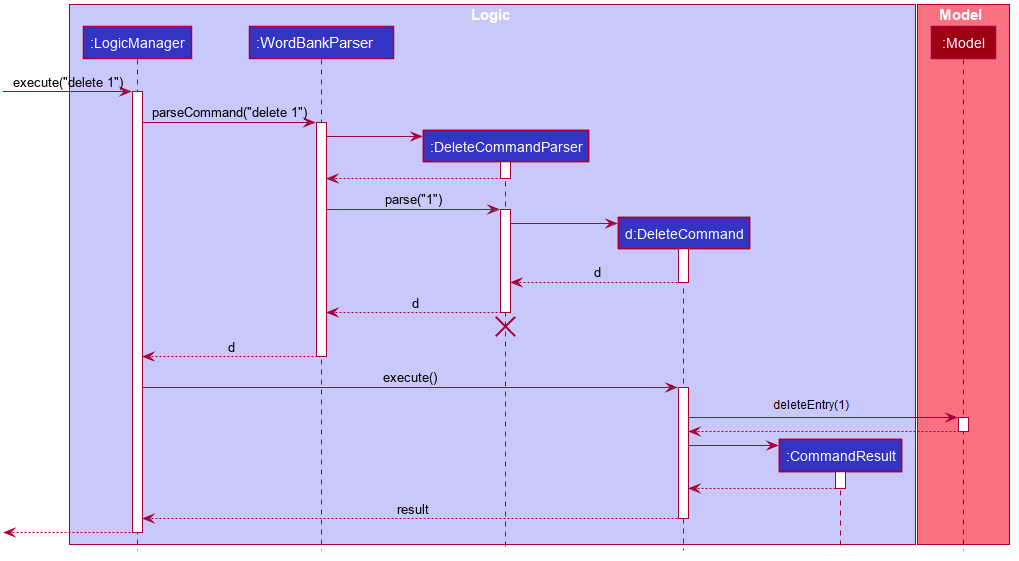
The PlantUML diagram docs/images/DeleteSequenceDiagram.png in vigneshbhuvan-nus/tp, before a commit.
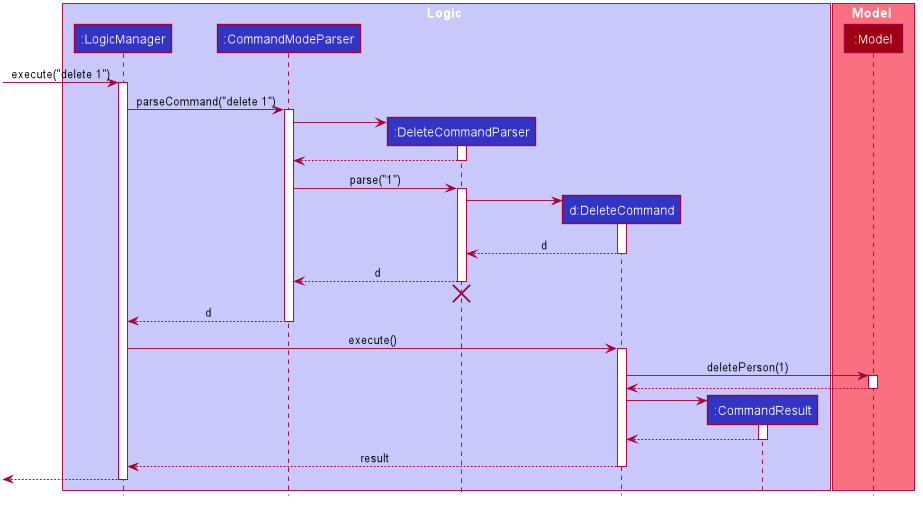
Above is the later version.

Commit message:
Update DeleteSequenceDiagram name from WordBankParser to CommandModeParser

The edit, as a diff of the source:
```diff
@@ -50,7 +50,7 @@
 
 box Logic #C8C8FA
 participant ":LogicManager" as LogicManager #3333C4
-participant ":AddressBookParser" as AddressBookParser #3333C4
+participant ":CommandModeParser" as CommandModeParser #3333C4
 participant ":DeleteCommandParser" as DeleteCommandParser #3333C4
 participant "d:DeleteCommand" as DeleteCommand #3333C4
 participant ":CommandResult" as CommandResult #3333C4
@@ -63,17 +63,17 @@
 [-> LogicManager : execute("delete 1")
 activate LogicManager
 
-LogicManager -> AddressBookParser : parseCommand("delete 1")
-activate AddressBookParser
+LogicManager -> CommandModeParser : parseCommand("delete 1")
+activate CommandModeParser
 
 create DeleteCommandParser
-AddressBookParser -> DeleteCommandParser
+CommandModeParser -> DeleteCommandParser
 activate DeleteCommandParser
 
-DeleteCommandParser --> AddressBookParser
+DeleteCommandParser --> CommandModeParser
 deactivate DeleteCommandParser
 
-AddressBookParser -> DeleteCommandParser : parse("1")
+CommandModeParser -> DeleteCommandParser : parse("1")
 activate DeleteCommandParser
 
 create DeleteCommand
@@ -83,13 +83,13 @@
 DeleteCommand --> DeleteCommandParser : d
 deactivate DeleteCommand
 
-DeleteCommandParser --> AddressBookParser : d
+DeleteCommandParser --> CommandModeParser : d
 deactivate DeleteCommandParser
-DeleteCommandParser -[hidden]-> AddressBookParser
+DeleteCommandParser -[hidden]-> CommandModeParser
 destroy DeleteCommandParser
 
-AddressBookParser --> LogicManager : d
-deactivate AddressBookParser
+CommandModeParser --> LogicManager : d
+deactivate CommandModeParser
 
 LogicManager -> DeleteCommand : execute()
 activate DeleteCommand
```
